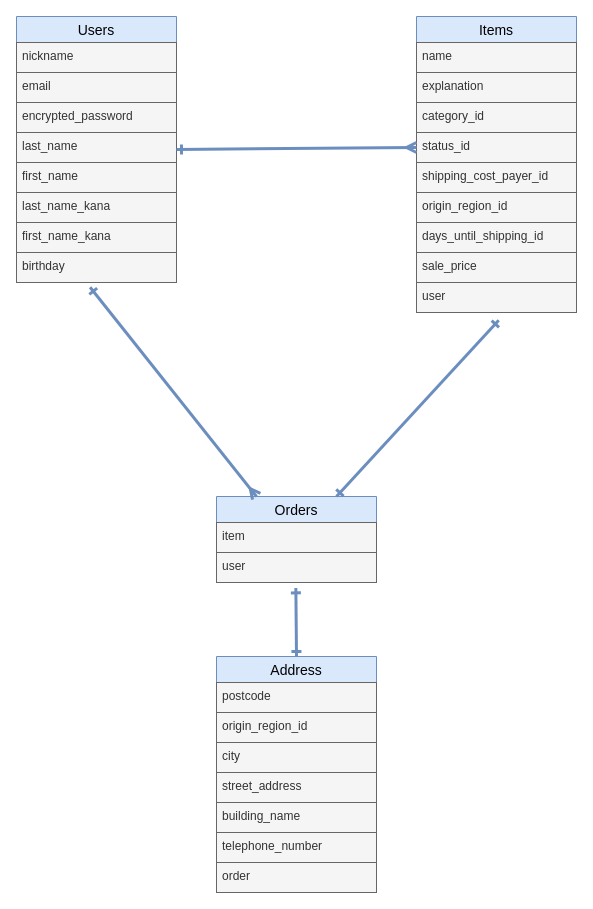
Earlier version of the draw.io diagram furima.dio (blaasi/furima-39870). Source tidied: cells renumbered, new cells numbered last; positions are measured from the earlier drawing's top-left corner, leaving out a move shared by most shapes. Both pictures are drawn from the tidied source at 100%, with x=0, y=0 at pixel (16, 16).
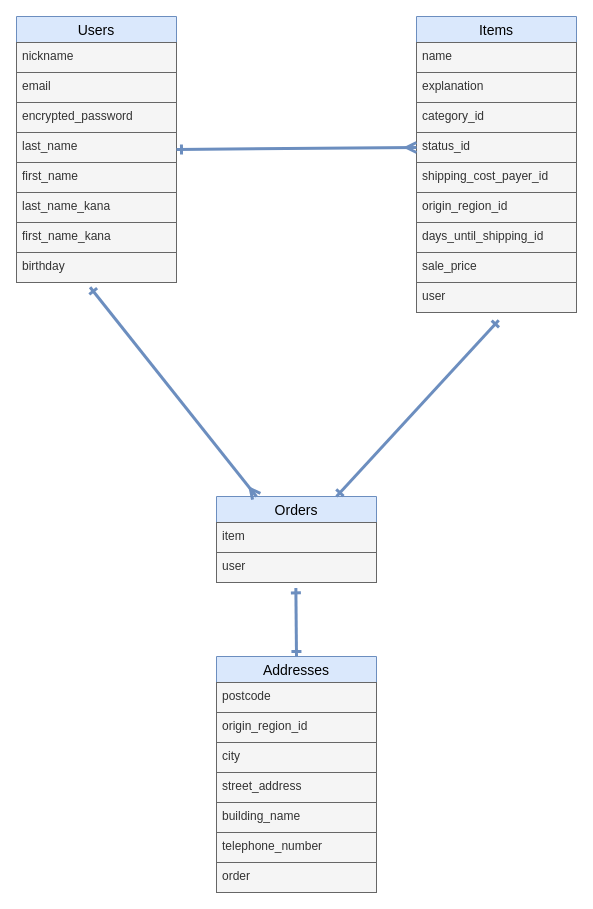
Above is the later version.

Diff of the diagram source:
```diff
@@
-    <mxCell id="24" value="Address" style="swimlane;fontStyle=0;horizontal=1;startSize=26;align=center;fontSize=14;fillColor=#dae8fc;strokeColor=#6c8ebf;fontColor=#000000;" parent="1" vertex="1">
+    <mxCell id="24" value="Addresses" style="swimlane;fontStyle=0;horizontal=1;startSize=26;align=center;fontSize=14;fillColor=#dae8fc;strokeColor=#6c8ebf;fontColor=#000000;" parent="1" vertex="1">
       <mxGeometry x="200" y="640" width="160" height="236" as="geometry" />
     </mxCell>
```
